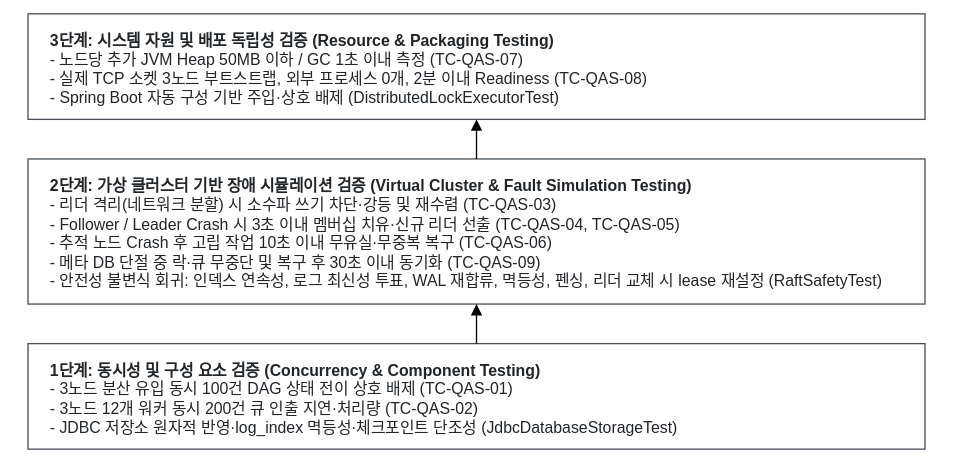
Above: assets/drawio/7.1.2 Verification Stages.svg in reddiana/a-cert (draw.io), before the change. Source tidied: cells renumbered, new cells last; positions are measured from the earlier drawing's top-left corner, leaving out a move shared by most shapes. Its diagram source:
```xml
<mxGraphModel>
  <root>
    <mxCell id="0" />
    <mxCell id="1" parent="0" />
    <mxCell id="2" value="&lt;b&gt;3단계: 시스템 자원 및 배포 독립성 검증 (Resource &amp;amp; Packaging Testing)&lt;/b&gt;&lt;br&gt;- 노드당 추가 JVM Heap 50MB 이하 / GC 1초 이내 측정 (TC-QAS-07)&lt;br&gt;- 실제 TCP 소켓 3노드 부트스트랩, 외부 프로세스 0개, 2분 이내 Readiness (TC-QAS-08)&lt;br&gt;- Spring Boot 자동 구성 기반 주입·상호 배제 (DistributedLockExecutorTest)" style="whiteSpace=wrap;html=1;fillColor=#ffffff;strokeColor=#495057;fontColor=#212529;align=left;verticalAlign=top;spacingLeft=14;spacingTop=6;rounded=0;" parent="1" vertex="1">
      <mxGeometry width="680" height="80" as="geometry" />
    </mxCell>
    <mxCell id="3" value="&lt;b&gt;2단계: 가상 클러스터 기반 장애 시뮬레이션 검증 (Virtual Cluster &amp;amp; Fault Simulation Testing)&lt;/b&gt;&lt;br&gt;- 리더 격리(네트워크 분할) 시 소수파 쓰기 차단·강등 및 재수렴 (TC-QAS-03)&lt;br&gt;- Follower / Leader Crash 시 3초 이내 멤버십 치유·신규 리더 선출 (TC-QAS-04, TC-QAS-05)&lt;br&gt;- 추적 노드 Crash 후 고립 작업 10초 이내 무유실·무중복 복구 (TC-QAS-06)&lt;br&gt;- 메타 DB 단절 중 락·큐 무중단 및 복구 후 30초 이내 동기화 (TC-QAS-09)&lt;br&gt;- 안전성 불변식 회귀: 인덱스 연속성, 로그 최신성 투표, WAL 재합류, 멱등성, 펜싱, 리더 교체 시 lease 재설정 (RaftSafetyTest)" style="whiteSpace=wrap;html=1;fillColor=#ffffff;strokeColor=#495057;fontColor=#212529;align=left;verticalAlign=top;spacingLeft=14;spacingTop=6;rounded=0;" parent="1" vertex="1">
      <mxGeometry y="110" width="680" height="110" as="geometry" />
    </mxCell>
    <mxCell id="4" value="&lt;b&gt;1단계: 동시성 및 구성 요소 검증 (Concurrency &amp;amp; Component Testing)&lt;/b&gt;&lt;br&gt;- 3노드 분산 유입 동시 100건 DAG 상태 전이 상호 배제 (TC-QAS-01)&lt;br&gt;- 3노드 12개 워커 동시 200건 큐 인출 지연·처리량 (TC-QAS-02)&lt;br&gt;- JDBC 저장소 원자적 반영·log_index 멱등성·체크포인트 단조성 (JdbcDatabaseStorageTest)" style="whiteSpace=wrap;html=1;fillColor=#ffffff;strokeColor=#495057;fontColor=#212529;align=left;verticalAlign=top;spacingLeft=14;spacingTop=6;rounded=0;" parent="1" vertex="1">
      <mxGeometry y="250" width="680" height="80" as="geometry" />
    </mxCell>
    <mxCell id="5" style="edgeStyle=none;html=1;rounded=0;endArrow=block;endFill=1;strokeColor=#000000;exitX=0.5;exitY=0;exitDx=0;exitDy=0;entryX=0.5;entryY=1;entryDx=0;entryDy=0;" parent="1" edge="1" source="4" target="3">
      <mxGeometry relative="1" as="geometry" />
    </mxCell>
    <mxCell id="6" style="edgeStyle=none;html=1;rounded=0;endArrow=block;endFill=1;strokeColor=#000000;exitX=0.5;exitY=0;exitDx=0;exitDy=0;entryX=0.5;entryY=1;entryDx=0;entryDy=0;" parent="1" edge="1" source="3" target="2">
      <mxGeometry relative="1" as="geometry" />
    </mxCell>
  </root>
</mxGraphModel>
```
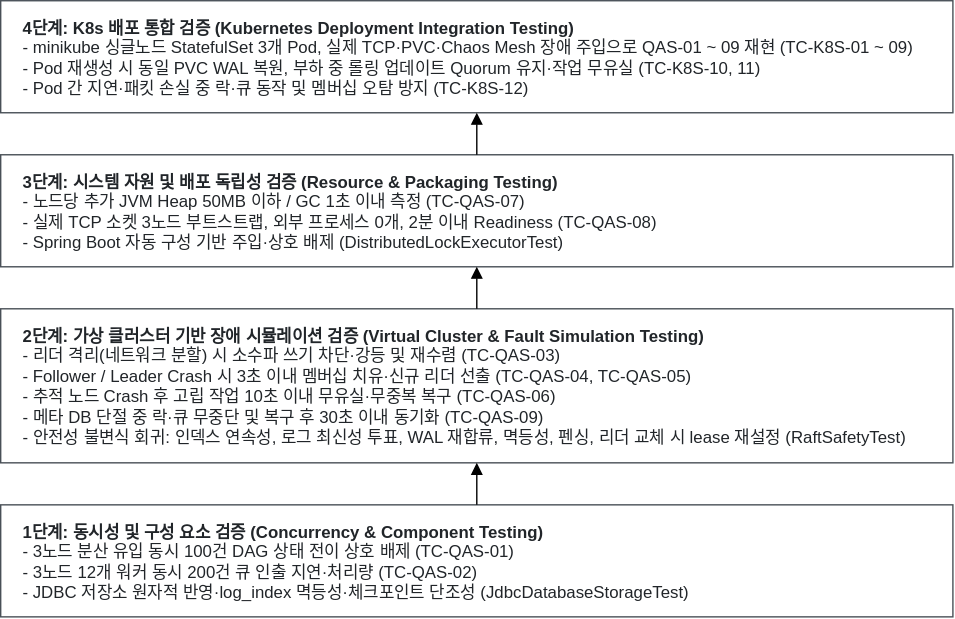
The same file after the commit.

Change to the diagram source:
```diff
@@ -17,5 +17,11 @@
     <mxCell id="6" style="edgeStyle=none;html=1;rounded=0;endArrow=block;endFill=1;strokeColor=#000000;exitX=0.5;exitY=0;exitDx=0;exitDy=0;entryX=0.5;entryY=1;entryDx=0;entryDy=0;" parent="1" edge="1" source="3" target="2">
       <mxGeometry relative="1" as="geometry" />
     </mxCell>
+    <mxCell id="7" value="&lt;b&gt;4단계: K8s 배포 통합 검증 (Kubernetes Deployment Integration Testing)&lt;/b&gt;&lt;br&gt;- minikube 싱글노드 StatefulSet 3개 Pod, 실제 TCP·PVC·Chaos Mesh 장애 주입으로 QAS-01 ~ 09 재현 (TC-K8S-01 ~ 09)&lt;br&gt;- Pod 재생성 시 동일 PVC WAL 복원, 부하 중 롤링 업데이트 Quorum 유지·작업 무유실 (TC-K8S-10, 11)&lt;br&gt;- Pod 간 지연·패킷 손실 중 락·큐 동작 및 멤버십 오탐 방지 (TC-K8S-12)" style="whiteSpace=wrap;html=1;fillColor=#ffffff;strokeColor=#495057;fontColor=#212529;align=left;verticalAlign=top;spacingLeft=14;spacingTop=6;rounded=0;" parent="1" vertex="1">
+      <mxGeometry y="-110" width="680" height="80" as="geometry" />
+    </mxCell>
+    <mxCell id="8" style="edgeStyle=none;html=1;rounded=0;endArrow=block;endFill=1;strokeColor=#000000;exitX=0.5;exitY=0;exitDx=0;exitDy=0;entryX=0.5;entryY=1;entryDx=0;entryDy=0;" parent="1" edge="1" source="2" target="7">
+      <mxGeometry relative="1" as="geometry" />
+    </mxCell>
   </root>
 </mxGraphModel>
```
